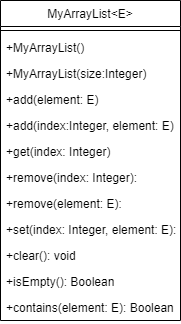
Above: Lab13UML.png in code-differently/StayReadyLab13 (draw.io), before the change. Source tidied: cells renumbered, new cells last; positions are measured from the earlier drawing's top-left corner, leaving out a move shared by most shapes. The source it was exported from:
```xml
<mxGraphModel>
  <root>
    <mxCell id="0" />
    <mxCell id="1" parent="0" />
    <mxCell id="2" value="MyArrayList&lt;E&gt;" style="swimlane;fontStyle=0;align=center;verticalAlign=top;horizontal=1;startSize=26;rounded=0;shadow=0;strokeWidth=1;" parent="1" vertex="1">
      <mxGeometry width="180" height="320" as="geometry" />
    </mxCell>
    <mxCell id="3" style="line;html=1;strokeWidth=1;align=left;verticalAlign=middle;spacingTop=-1;spacingLeft=3;spacingRight=3;labelPosition=right;" parent="2" vertex="1">
      <mxGeometry y="26" width="180" height="8" as="geometry" />
    </mxCell>
    <mxCell id="4" value="+MyArrayList()" style="text;align=left;verticalAlign=top;spacingLeft=4;spacingRight=4;overflow=hidden;" parent="2" vertex="1">
      <mxGeometry y="34" width="180" height="26" as="geometry" />
    </mxCell>
    <mxCell id="5" value="+MyArrayList(size:Integer)" style="text;align=left;verticalAlign=top;spacingLeft=4;spacingRight=4;overflow=hidden;" parent="2" vertex="1">
      <mxGeometry y="60" width="180" height="26" as="geometry" />
    </mxCell>
    <mxCell id="6" value="+add(element: E)" style="text;align=left;verticalAlign=top;spacingLeft=4;spacingRight=4;overflow=hidden;" parent="2" vertex="1">
      <mxGeometry y="86" width="180" height="26" as="geometry" />
    </mxCell>
    <mxCell id="7" value="+add(index:Integer, element: E)" style="text;align=left;verticalAlign=top;spacingLeft=4;spacingRight=4;overflow=hidden;" parent="2" vertex="1">
      <mxGeometry y="112" width="180" height="26" as="geometry" />
    </mxCell>
    <mxCell id="8" value="+get(index: Integer)" style="text;align=left;verticalAlign=top;spacingLeft=4;spacingRight=4;overflow=hidden;" parent="2" vertex="1">
      <mxGeometry y="138" width="180" height="26" as="geometry" />
    </mxCell>
    <mxCell id="9" value="+remove(index: Integer): " style="text;align=left;verticalAlign=top;spacingLeft=4;spacingRight=4;overflow=hidden;" parent="2" vertex="1">
      <mxGeometry y="164" width="180" height="26" as="geometry" />
    </mxCell>
    <mxCell id="10" value="+remove(element: E): " style="text;align=left;verticalAlign=top;spacingLeft=4;spacingRight=4;overflow=hidden;" parent="2" vertex="1">
      <mxGeometry y="190" width="180" height="26" as="geometry" />
    </mxCell>
    <mxCell id="11" value="+set(index: Integer, element: E): " style="text;align=left;verticalAlign=top;spacingLeft=4;spacingRight=4;overflow=hidden;" parent="2" vertex="1">
      <mxGeometry y="216" width="180" height="26" as="geometry" />
    </mxCell>
    <mxCell id="12" value="+clear(): void " style="text;align=left;verticalAlign=top;spacingLeft=4;spacingRight=4;overflow=hidden;" parent="2" vertex="1">
      <mxGeometry y="242" width="180" height="26" as="geometry" />
    </mxCell>
    <mxCell id="13" value="+isEmpty(): Boolean " style="text;align=left;verticalAlign=top;spacingLeft=4;spacingRight=4;overflow=hidden;" parent="2" vertex="1">
      <mxGeometry y="268" width="180" height="26" as="geometry" />
    </mxCell>
    <mxCell id="14" value="+contains(element: E): Boolean " style="text;align=left;verticalAlign=top;spacingLeft=4;spacingRight=4;overflow=hidden;" parent="2" vertex="1">
      <mxGeometry y="294" width="180" height="26" as="geometry" />
    </mxCell>
  </root>
</mxGraphModel>
```
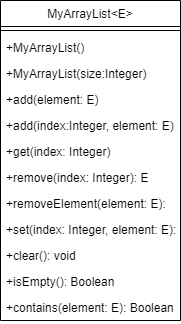
Later version of the same file.

Change to the diagram source:
```diff
@@ -23,10 +23,10 @@
     <mxCell id="8" value="+get(index: Integer)" style="text;align=left;verticalAlign=top;spacingLeft=4;spacingRight=4;overflow=hidden;" parent="2" vertex="1">
       <mxGeometry y="138" width="180" height="26" as="geometry" />
     </mxCell>
-    <mxCell id="9" value="+remove(index: Integer): " style="text;align=left;verticalAlign=top;spacingLeft=4;spacingRight=4;overflow=hidden;" parent="2" vertex="1">
+    <mxCell id="9" value="+remove(index: Integer): E " style="text;align=left;verticalAlign=top;spacingLeft=4;spacingRight=4;overflow=hidden;" parent="2" vertex="1">
       <mxGeometry y="164" width="180" height="26" as="geometry" />
     </mxCell>
-    <mxCell id="10" value="+remove(element: E): " style="text;align=left;verticalAlign=top;spacingLeft=4;spacingRight=4;overflow=hidden;" parent="2" vertex="1">
+    <mxCell id="10" value="+removeElement(element: E): " style="text;align=left;verticalAlign=top;spacingLeft=4;spacingRight=4;overflow=hidden;" parent="2" vertex="1">
       <mxGeometry y="190" width="180" height="26" as="geometry" />
     </mxCell>
     <mxCell id="11" value="+set(index: Integer, element: E): " style="text;align=left;verticalAlign=top;spacingLeft=4;spacingRight=4;overflow=hidden;" parent="2" vertex="1">
```
